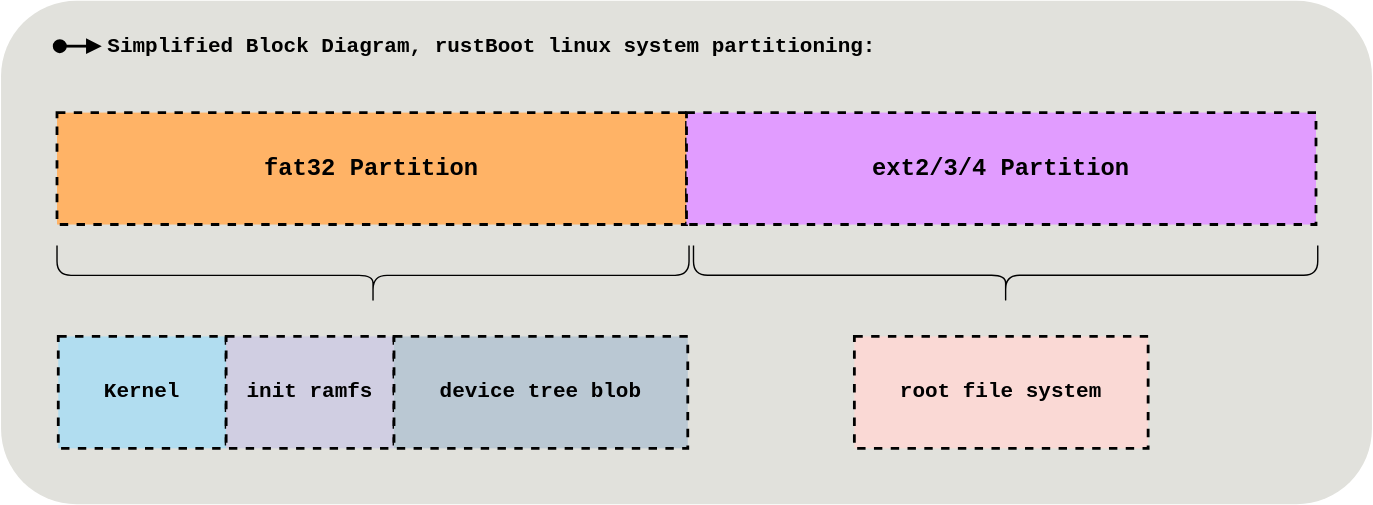
Above: linux_partition.svg in imrank03/rustBoot-book-diagrams (draw.io), before the change. Source tidied: cells renumbered, new cells last; positions are measured from the earlier drawing's top-left corner, leaving out a move shared by most shapes.
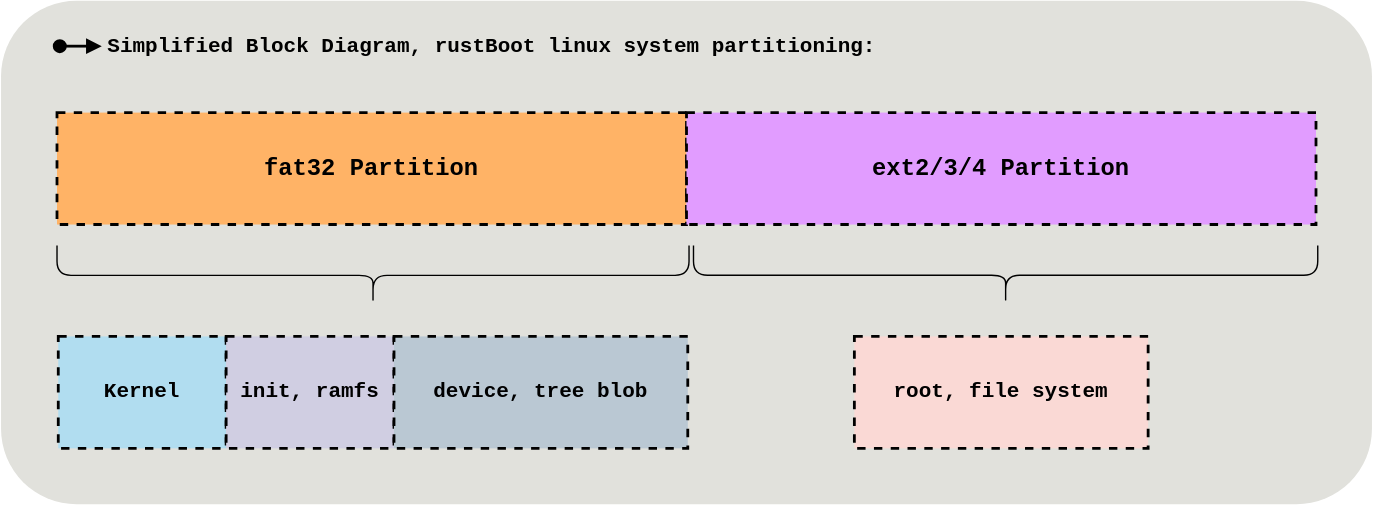
After the change.

Commit message:
updated linux partition diagram

Diff of the diagram source:
```diff
@@ -26,10 +26,10 @@
     <mxCell id="7" value="&lt;div style=&quot;font-family: &amp;#34;menlo&amp;#34; , &amp;#34;monaco&amp;#34; , &amp;#34;courier new&amp;#34; , monospace ; line-height: 18px ; font-size: 15px&quot;&gt;Kernel&lt;/div&gt;" style="rounded=0;whiteSpace=wrap;html=1;dashed=1;strokeWidth=2;strokeColor=#000000;fillColor=#b1ddf0;labelBorderColor=none;labelBackgroundColor=none;fontStyle=1;fontSize=15;glass=0;" parent="1" vertex="1">
       <mxGeometry x="40.9" y="270" width="120" height="80" as="geometry" />
     </mxCell>
-    <mxCell id="8" value="&lt;div style=&quot;font-family: &amp;#34;menlo&amp;#34; , &amp;#34;monaco&amp;#34; , &amp;#34;courier new&amp;#34; , monospace ; line-height: 18px ; font-size: 15px&quot;&gt;init ramfs&lt;/div&gt;" style="rounded=0;whiteSpace=wrap;html=1;dashed=1;strokeWidth=2;strokeColor=#000000;fillColor=#d0cee2;labelBorderColor=none;labelBackgroundColor=none;fontStyle=1;fontSize=15;glass=0;" parent="1" vertex="1">
+    <mxCell id="8" value="&lt;div style=&quot;font-family: &amp;#34;menlo&amp;#34; , &amp;#34;monaco&amp;#34; , &amp;#34;courier new&amp;#34; , monospace ; line-height: 18px ; font-size: 15px&quot;&gt;init, ramfs&lt;/div&gt;" style="rounded=0;whiteSpace=wrap;html=1;dashed=1;strokeWidth=2;strokeColor=#000000;fillColor=#d0cee2;labelBorderColor=none;labelBackgroundColor=none;fontStyle=1;fontSize=15;glass=0;" parent="1" vertex="1">
       <mxGeometry x="160.9" y="270" width="120" height="80" as="geometry" />
     </mxCell>
-    <mxCell id="9" value="&lt;div style=&quot;font-family: &amp;#34;menlo&amp;#34; , &amp;#34;monaco&amp;#34; , &amp;#34;courier new&amp;#34; , monospace ; line-height: 18px ; font-size: 15px&quot;&gt;device tree blob&lt;/div&gt;" style="rounded=0;whiteSpace=wrap;html=1;dashed=1;strokeWidth=2;strokeColor=#000000;fillColor=#bac8d3;labelBorderColor=none;labelBackgroundColor=none;fontStyle=1;fontSize=15;glass=0;" parent="1" vertex="1">
+    <mxCell id="9" value="&lt;div style=&quot;font-family: &amp;#34;menlo&amp;#34; , &amp;#34;monaco&amp;#34; , &amp;#34;courier new&amp;#34; , monospace ; line-height: 18px ; font-size: 15px&quot;&gt;device, tree blob&lt;/div&gt;" style="rounded=0;whiteSpace=wrap;html=1;dashed=1;strokeWidth=2;strokeColor=#000000;fillColor=#bac8d3;labelBorderColor=none;labelBackgroundColor=none;fontStyle=1;fontSize=15;glass=0;" parent="1" vertex="1">
       <mxGeometry x="280.9" y="270" width="210" height="80" as="geometry" />
     </mxCell>
     <mxCell id="10" style="shape=curlyBracket;whiteSpace=wrap;html=1;rounded=1;flipH=1;rotation=90;size=0.5;" parent="1" vertex="1">
@@ -38,7 +38,7 @@
     <mxCell id="11" style="shape=curlyBracket;whiteSpace=wrap;html=1;rounded=1;flipH=1;fontSize=15;strokeColor=#000000;rotation=90;size=0.5;" parent="1" vertex="1">
       <mxGeometry x="696.9" y="3.1" width="42.5" height="446.2" as="geometry" />
     </mxCell>
-    <mxCell id="12" value="&lt;div style=&quot;font-family: &amp;#34;menlo&amp;#34; , &amp;#34;monaco&amp;#34; , &amp;#34;courier new&amp;#34; , monospace ; line-height: 18px ; font-size: 15px&quot;&gt;root file system&lt;/div&gt;" style="rounded=0;whiteSpace=wrap;html=1;dashed=1;strokeWidth=2;strokeColor=#000000;fillColor=#fad9d5;labelBorderColor=none;labelBackgroundColor=none;fontStyle=1;fontSize=15;glass=0;" parent="1" vertex="1">
+    <mxCell id="12" value="&lt;div style=&quot;font-family: &amp;#34;menlo&amp;#34; , &amp;#34;monaco&amp;#34; , &amp;#34;courier new&amp;#34; , monospace ; line-height: 18px ; font-size: 15px&quot;&gt;root, file system&lt;/div&gt;" style="rounded=0;whiteSpace=wrap;html=1;dashed=1;strokeWidth=2;strokeColor=#000000;fillColor=#fad9d5;labelBorderColor=none;labelBackgroundColor=none;fontStyle=1;fontSize=15;glass=0;" parent="1" vertex="1">
       <mxGeometry x="610" y="270" width="210" height="80" as="geometry" />
     </mxCell>
   </root>
```
